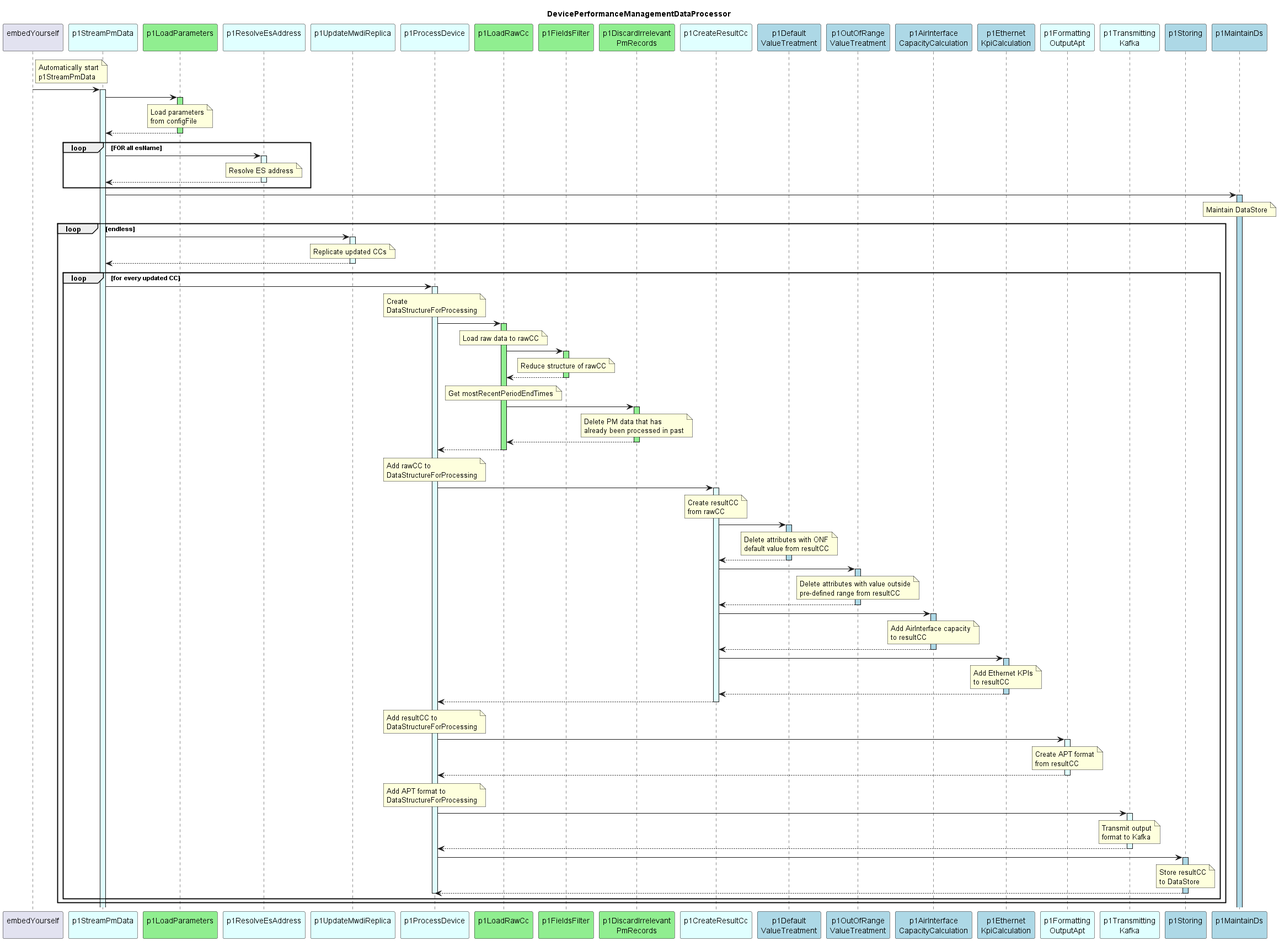
Before: spec/diagrams/hl_sequence.png, a diagram exported from PlantUML (openBackhaul/DevicePerformanceManagementDataProcessor).
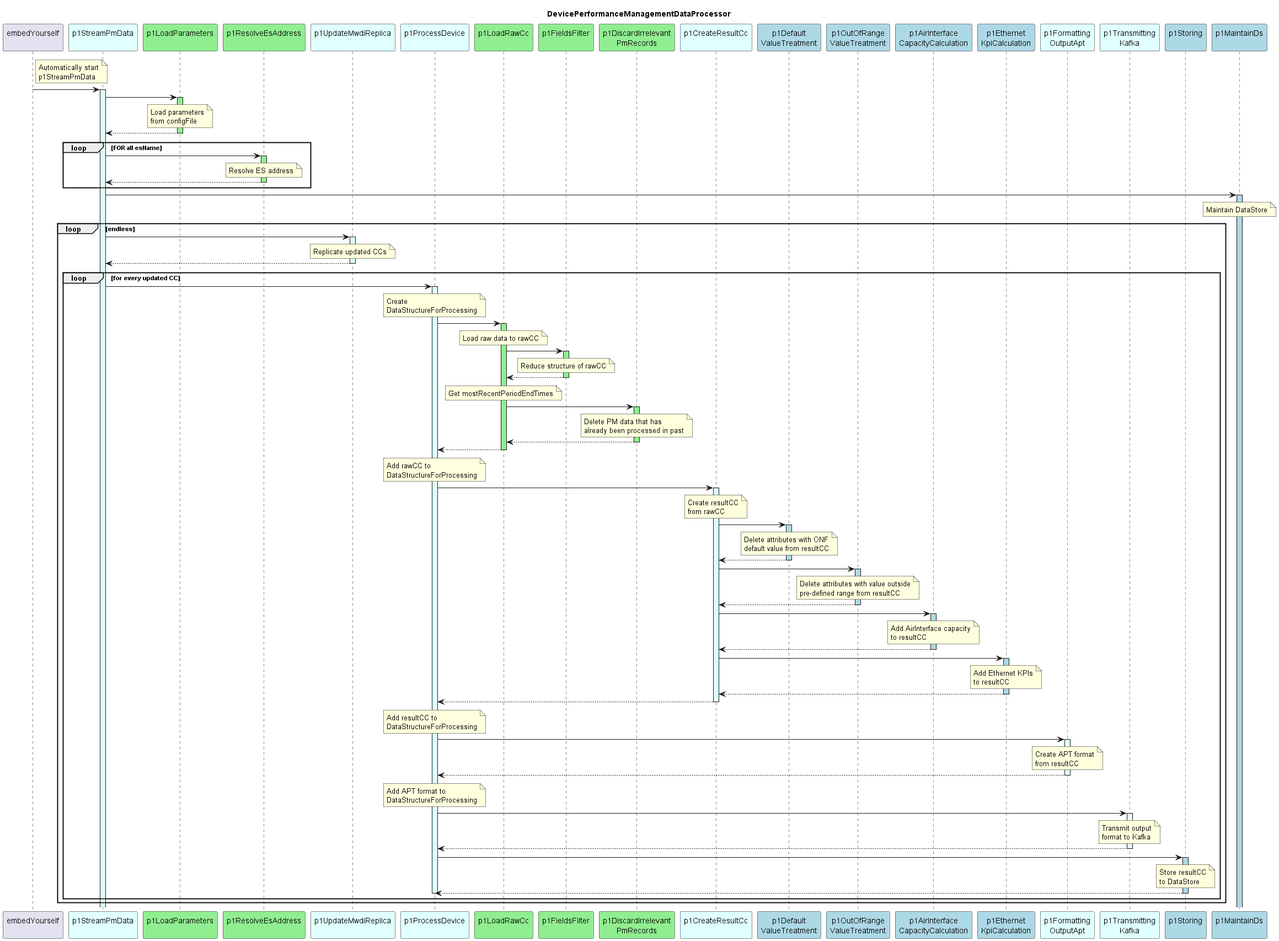
After the commit.

The edit, as a diff of the source:
```diff
@@ -8,7 +8,7 @@
 participant "embedYourself\n" as embed
 participant "p1StreamPmData\n" as p1RMWDI #LightCyan
 participant "p1LoadParameters\n" as p1LoadParams #LightGreen
-participant "p1ResolveEsAddress\n" as p1REA #LightCyan
+participant "p1ResolveEsAddress\n" as p1REA #LightGreen
 participant "p1UpdateMwdiReplica\n" as p1UMR #LightCyan
 
 participant "p1ProcessDevice\n" as p1ProcessPm #LightCyan
@@ -50,7 +50,7 @@
 
   Loop FOR all esName
     p1RMWDI -> p1REA
-    activate p1REA #LightCyan
+    activate p1REA #LightGreen
       note over p1REA
         Resolve ES address
       end note
```
